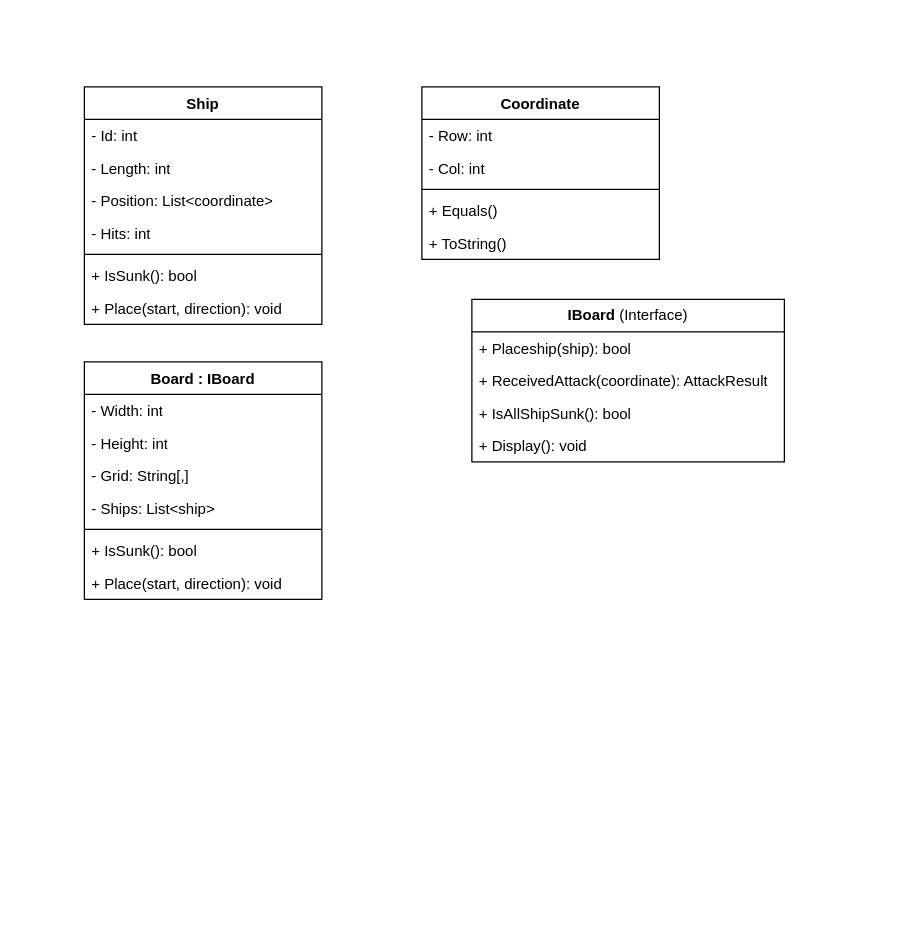
The draw.io diagram Practice/Task/Diagram Tanpa Judul.drawio in MMusyaffa/bootcamp-se, before the edit. Source tidied: cells renumbered, new cells numbered last; positions are measured from the earlier drawing's top-left corner, leaving out a move shared by most shapes. Both pictures are drawn from the tidied source at 125%, with x=0, y=0 at pixel (84, 86).
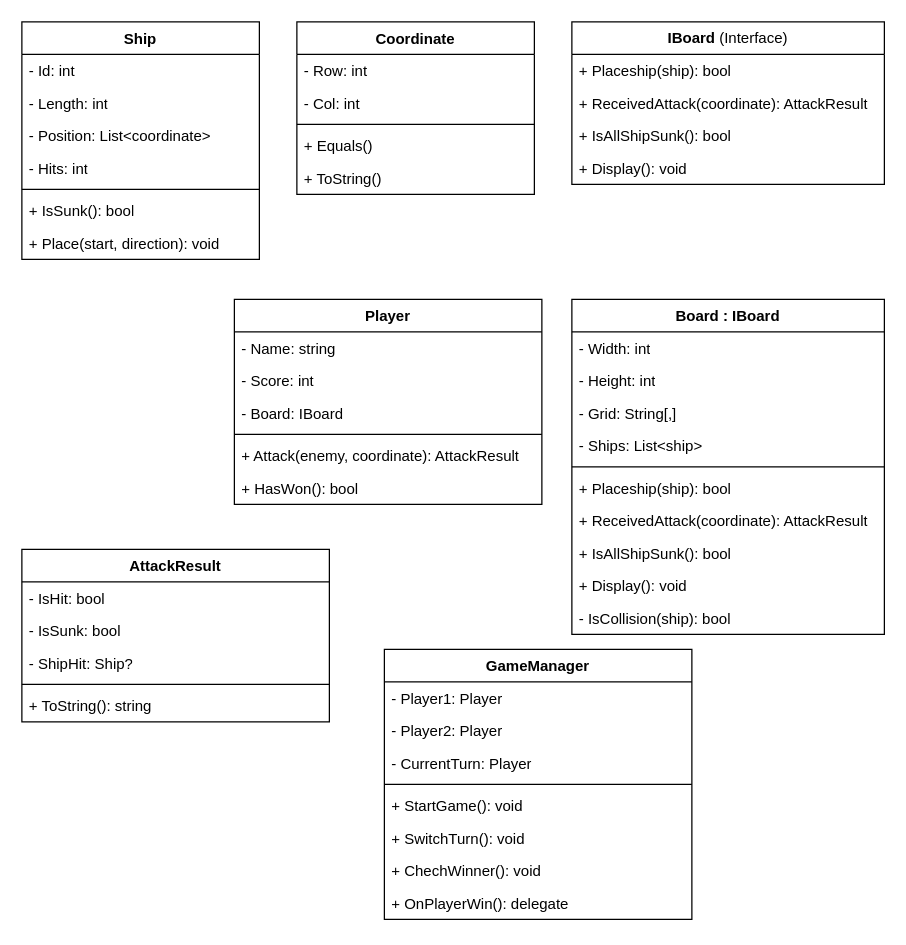
Above is the later version.

Commit message:
add more class diagram

Diff of the diagram source:
```diff
@@
     <mxCell id="2" value="Ship" style="swimlane;fontStyle=1;align=center;verticalAlign=top;horizontal=1;startSize=26;whiteSpace=wrap;html=1;" parent="1" vertex="1">
-      <mxGeometry width="190" height="190" as="geometry" />
+      <mxGeometry x="-50" y="-52" width="190" height="190" as="geometry" />
     </mxCell>
@@
     <mxCell id="10" value="Coordinate" style="swimlane;fontStyle=1;align=center;verticalAlign=top;horizontal=1;startSize=26;whiteSpace=wrap;html=1;" parent="1" vertex="1">
-      <mxGeometry x="270" width="190" height="138" as="geometry" />
+      <mxGeometry x="170" y="-52" width="190" height="138" as="geometry" />
     </mxCell>
@@
     <mxCell id="16" value="&lt;b&gt;IBoard &lt;/b&gt;(Interface)" style="swimlane;fontStyle=0;horizontal=1;startSize=26;fillColor=none;whiteSpace=wrap;html=1;" parent="1" vertex="1">
-      <mxGeometry x="310" y="170" width="250" height="130" as="geometry" />
+      <mxGeometry x="390" y="-52" width="250" height="130" as="geometry" />
     </mxCell>
@@
     <mxCell id="21" value="Board : IBoard" style="swimlane;fontStyle=1;align=center;verticalAlign=top;horizontal=1;startSize=26;whiteSpace=wrap;html=1;" parent="1" vertex="1">
-      <mxGeometry y="220" width="190" height="190" as="geometry" />
+      <mxGeometry x="390" y="170" width="250" height="268" as="geometry" />
     </mxCell>
     <mxCell id="22" value="- Width: int" style="text;strokeColor=none;fillColor=none;align=left;verticalAlign=top;spacingLeft=4;spacingRight=4;overflow=hidden;whiteSpace=wrap;html=1;" parent="21" vertex="1">
-      <mxGeometry y="26" width="190" height="26" as="geometry" />
+      <mxGeometry y="26" width="250" height="26" as="geometry" />
     </mxCell>
     <mxCell id="23" value="- Height: int" style="text;strokeColor=none;fillColor=none;align=left;verticalAlign=top;spacingLeft=4;spacingRight=4;overflow=hidden;whiteSpace=wrap;html=1;" parent="21" vertex="1">
-      <mxGeometry y="52" width="190" height="26" as="geometry" />
+      <mxGeometry y="52" width="250" height="26" as="geometry" />
     </mxCell>
     <mxCell id="24" value="- Grid: String[,]" style="text;strokeColor=none;fillColor=none;align=left;verticalAlign=top;spacingLeft=4;spacingRight=4;overflow=hidden;whiteSpace=wrap;html=1;" parent="21" vertex="1">
-      <mxGeometry y="78" width="190" height="26" as="geometry" />
+      <mxGeometry y="78" width="250" height="26" as="geometry" />
     </mxCell>
     <mxCell id="25" value="- Ships: List&amp;lt;ship&amp;gt;" style="text;strokeColor=none;fillColor=none;align=left;verticalAlign=top;spacingLeft=4;spacingRight=4;overflow=hidden;whiteSpace=wrap;html=1;" parent="21" vertex="1">
-      <mxGeometry y="104" width="190" height="26" as="geometry" />
+      <mxGeometry y="104" width="250" height="26" as="geometry" />
     </mxCell>
     <mxCell id="26" style="line;strokeWidth=1;fillColor=none;align=left;verticalAlign=middle;spacingTop=-1;spacingLeft=3;spacingRight=3;labelPosition=right;strokeColor=inherit;" parent="21" vertex="1">
-      <mxGeometry y="130" width="190" height="8" as="geometry" />
+      <mxGeometry y="130" width="250" height="8" as="geometry" />
     </mxCell>
-    <mxCell id="27" value="+ IsSunk(): bool" style="text;strokeColor=none;fillColor=none;align=left;verticalAlign=top;spacingLeft=4;spacingRight=4;overflow=hidden;whiteSpace=wrap;html=1;" parent="21" vertex="1">
-      <mxGeometry y="138" width="190" height="26" as="geometry" />
+    <mxCell id="27" value="+ Placeship(ship): bool" style="text;strokeColor=none;fillColor=none;align=left;verticalAlign=top;spacingLeft=4;spacingRight=4;overflow=hidden;whiteSpace=wrap;html=1;" parent="21" vertex="1">
+      <mxGeometry y="138" width="250" height="26" as="geometry" />
     </mxCell>
-    <mxCell id="28" value="+ Place(start, direction): void" style="text;strokeColor=none;fillColor=none;align=left;verticalAlign=top;spacingLeft=4;spacingRight=4;overflow=hidden;whiteSpace=wrap;html=1;" parent="21" vertex="1">
-      <mxGeometry y="164" width="190" height="26" as="geometry" />
+    <mxCell id="28" value="+ ReceivedAttack(coordinate): AttackResult" style="text;strokeColor=none;fillColor=none;align=left;verticalAlign=top;spacingLeft=4;spacingRight=4;overflow=hidden;whiteSpace=wrap;html=1;" parent="21" vertex="1">
+      <mxGeometry y="164" width="250" height="26" as="geometry" />
     </mxCell>
+    <mxCell id="29" value="&lt;span style=&quot;color: rgb(0, 0, 0); font-family: Helvetica; font-size: 12px; font-style: normal; font-variant-ligatures: normal; font-variant-caps: normal; font-weight: 400; letter-spacing: normal; orphans: 2; text-align: left; text-indent: 0px; text-transform: none; widows: 2; word-spacing: 0px; -webkit-text-stroke-width: 0px; white-space: normal; text-decoration-thickness: initial; text-decoration-style: initial; text-decoration-color: initial; float: none; display: inline !important;&quot;&gt;+ IsAllShipSunk(): bool&lt;/span&gt;" style="text;strokeColor=none;fillColor=none;align=left;verticalAlign=top;spacingLeft=4;spacingRight=4;overflow=hidden;whiteSpace=wrap;html=1;" parent="21" vertex="1">
+      <mxGeometry y="190" width="250" height="26" as="geometry" />
+    </mxCell>
+    <mxCell id="30" value="&lt;span style=&quot;color: rgb(0, 0, 0); font-family: Helvetica; font-size: 12px; font-style: normal; font-variant-ligatures: normal; font-variant-caps: normal; font-weight: 400; letter-spacing: normal; orphans: 2; text-align: left; text-indent: 0px; text-transform: none; widows: 2; word-spacing: 0px; -webkit-text-stroke-width: 0px; white-space: normal; text-decoration-thickness: initial; text-decoration-style: initial; text-decoration-color: initial; float: none; display: inline !important;&quot;&gt;+ Display(): void&lt;/span&gt;" style="text;strokeColor=none;fillColor=none;align=left;verticalAlign=top;spacingLeft=4;spacingRight=4;overflow=hidden;whiteSpace=wrap;html=1;" parent="21" vertex="1">
+      <mxGeometry y="216" width="250" height="26" as="geometry" />
+    </mxCell>
+    <mxCell id="31" value="- IsCollision(ship): bool" style="text;strokeColor=none;fillColor=none;align=left;verticalAlign=top;spacingLeft=4;spacingRight=4;overflow=hidden;whiteSpace=wrap;html=1;" parent="21" vertex="1">
+      <mxGeometry y="242" width="250" height="26" as="geometry" />
+    </mxCell>
+    <mxCell id="32" value="Player" style="swimlane;fontStyle=1;align=center;verticalAlign=top;horizontal=1;startSize=26;whiteSpace=wrap;html=1;" parent="1" vertex="1">
+      <mxGeometry x="120" y="170" width="246" height="164" as="geometry" />
+    </mxCell>
+    <mxCell id="33" value="- Name: string" style="text;strokeColor=none;fillColor=none;align=left;verticalAlign=top;spacingLeft=4;spacingRight=4;overflow=hidden;whiteSpace=wrap;html=1;" parent="32" vertex="1">
+      <mxGeometry y="26" width="246" height="26" as="geometry" />
+    </mxCell>
+    <mxCell id="34" value="- Score: int" style="text;strokeColor=none;fillColor=none;align=left;verticalAlign=top;spacingLeft=4;spacingRight=4;overflow=hidden;whiteSpace=wrap;html=1;" parent="32" vertex="1">
+      <mxGeometry y="52" width="246" height="26" as="geometry" />
+    </mxCell>
+    <mxCell id="35" value="- Board: IBoard" style="text;strokeColor=none;fillColor=none;align=left;verticalAlign=top;spacingLeft=4;spacingRight=4;overflow=hidden;whiteSpace=wrap;html=1;" parent="32" vertex="1">
+      <mxGeometry y="78" width="246" height="26" as="geometry" />
+    </mxCell>
+    <mxCell id="36" style="line;strokeWidth=1;fillColor=none;align=left;verticalAlign=middle;spacingTop=-1;spacingLeft=3;spacingRight=3;labelPosition=right;strokeColor=inherit;" parent="32" vertex="1">
+      <mxGeometry y="104" width="246" height="8" as="geometry" />
+    </mxCell>
+    <mxCell id="37" value="+ Attack(enemy, coordinate): AttackResult" style="text;strokeColor=none;fillColor=none;align=left;verticalAlign=top;spacingLeft=4;spacingRight=4;overflow=hidden;whiteSpace=wrap;html=1;" parent="32" vertex="1">
+      <mxGeometry y="112" width="246" height="26" as="geometry" />
+    </mxCell>
+    <mxCell id="38" value="+ HasWon(): bool" style="text;strokeColor=none;fillColor=none;align=left;verticalAlign=top;spacingLeft=4;spacingRight=4;overflow=hidden;whiteSpace=wrap;html=1;" parent="32" vertex="1">
+      <mxGeometry y="138" width="246" height="26" as="geometry" />
+    </mxCell>
+    <mxCell id="39" value="AttackResult" style="swimlane;fontStyle=1;align=center;verticalAlign=top;horizontal=1;startSize=26;whiteSpace=wrap;html=1;" parent="1" vertex="1">
+      <mxGeometry x="-50" y="370" width="246" height="138" as="geometry" />
+    </mxCell>
+    <mxCell id="40" value="- IsHit: bool" style="text;strokeColor=none;fillColor=none;align=left;verticalAlign=top;spacingLeft=4;spacingRight=4;overflow=hidden;whiteSpace=wrap;html=1;" parent="39" vertex="1">
+      <mxGeometry y="26" width="246" height="26" as="geometry" />
+    </mxCell>
+    <mxCell id="41" value="- IsSunk: bool" style="text;strokeColor=none;fillColor=none;align=left;verticalAlign=top;spacingLeft=4;spacingRight=4;overflow=hidden;whiteSpace=wrap;html=1;" parent="39" vertex="1">
+      <mxGeometry y="52" width="246" height="26" as="geometry" />
+    </mxCell>
+    <mxCell id="42" value="- ShipHit: Ship?" style="text;strokeColor=none;fillColor=none;align=left;verticalAlign=top;spacingLeft=4;spacingRight=4;overflow=hidden;whiteSpace=wrap;html=1;" parent="39" vertex="1">
+      <mxGeometry y="78" width="246" height="26" as="geometry" />
+    </mxCell>
+    <mxCell id="43" style="line;strokeWidth=1;fillColor=none;align=left;verticalAlign=middle;spacingTop=-1;spacingLeft=3;spacingRight=3;labelPosition=right;strokeColor=inherit;" parent="39" vertex="1">
+      <mxGeometry y="104" width="246" height="8" as="geometry" />
+    </mxCell>
+    <mxCell id="44" value="+ ToString(): string" style="text;strokeColor=none;fillColor=none;align=left;verticalAlign=top;spacingLeft=4;spacingRight=4;overflow=hidden;whiteSpace=wrap;html=1;" parent="39" vertex="1">
+      <mxGeometry y="112" width="246" height="26" as="geometry" />
+    </mxCell>
+    <mxCell id="45" value="GameManager" style="swimlane;fontStyle=1;align=center;verticalAlign=top;horizontal=1;startSize=26;whiteSpace=wrap;html=1;" parent="1" vertex="1">
+      <mxGeometry x="240" y="450" width="246" height="216" as="geometry" />
+    </mxCell>
+    <mxCell id="46" value="- Player1: Player" style="text;strokeColor=none;fillColor=none;align=left;verticalAlign=top;spacingLeft=4;spacingRight=4;overflow=hidden;whiteSpace=wrap;html=1;" parent="45" vertex="1">
+      <mxGeometry y="26" width="246" height="26" as="geometry" />
+    </mxCell>
+    <mxCell id="47" value="- Player2: Player" style="text;strokeColor=none;fillColor=none;align=left;verticalAlign=top;spacingLeft=4;spacingRight=4;overflow=hidden;whiteSpace=wrap;html=1;" parent="45" vertex="1">
+      <mxGeometry y="52" width="246" height="26" as="geometry" />
+    </mxCell>
+    <mxCell id="48" value="- CurrentTurn: Player" style="text;strokeColor=none;fillColor=none;align=left;verticalAlign=top;spacingLeft=4;spacingRight=4;overflow=hidden;whiteSpace=wrap;html=1;" parent="45" vertex="1">
+      <mxGeometry y="78" width="246" height="26" as="geometry" />
+    </mxCell>
+    <mxCell id="49" style="line;strokeWidth=1;fillColor=none;align=left;verticalAlign=middle;spacingTop=-1;spacingLeft=3;spacingRight=3;labelPosition=right;strokeColor=inherit;" parent="45" vertex="1">
+      <mxGeometry y="104" width="246" height="8" as="geometry" />
+    </mxCell>
+    <mxCell id="50" value="+ StartGame(): void" style="text;strokeColor=none;fillColor=none;align=left;verticalAlign=top;spacingLeft=4;spacingRight=4;overflow=hidden;whiteSpace=wrap;html=1;" parent="45" vertex="1">
+      <mxGeometry y="112" width="246" height="26" as="geometry" />
+    </mxCell>
+    <mxCell id="51" value="+ SwitchTurn(): void" style="text;strokeColor=none;fillColor=none;align=left;verticalAlign=top;spacingLeft=4;spacingRight=4;overflow=hidden;whiteSpace=wrap;html=1;" parent="45" vertex="1">
+      <mxGeometry y="138" width="246" height="26" as="geometry" />
+    </mxCell>
+    <mxCell id="52" value="+ ChechWinner(): void" style="text;strokeColor=none;fillColor=none;align=left;verticalAlign=top;spacingLeft=4;spacingRight=4;overflow=hidden;whiteSpace=wrap;html=1;" parent="45" vertex="1">
+      <mxGeometry y="164" width="246" height="26" as="geometry" />
+    </mxCell>
+    <mxCell id="53" value="+ OnPlayerWin(): delegate" style="text;strokeColor=none;fillColor=none;align=left;verticalAlign=top;spacingLeft=4;spacingRight=4;overflow=hidden;whiteSpace=wrap;html=1;" parent="45" vertex="1">
+      <mxGeometry y="190" width="246" height="26" as="geometry" />
+    </mxCell>
```
